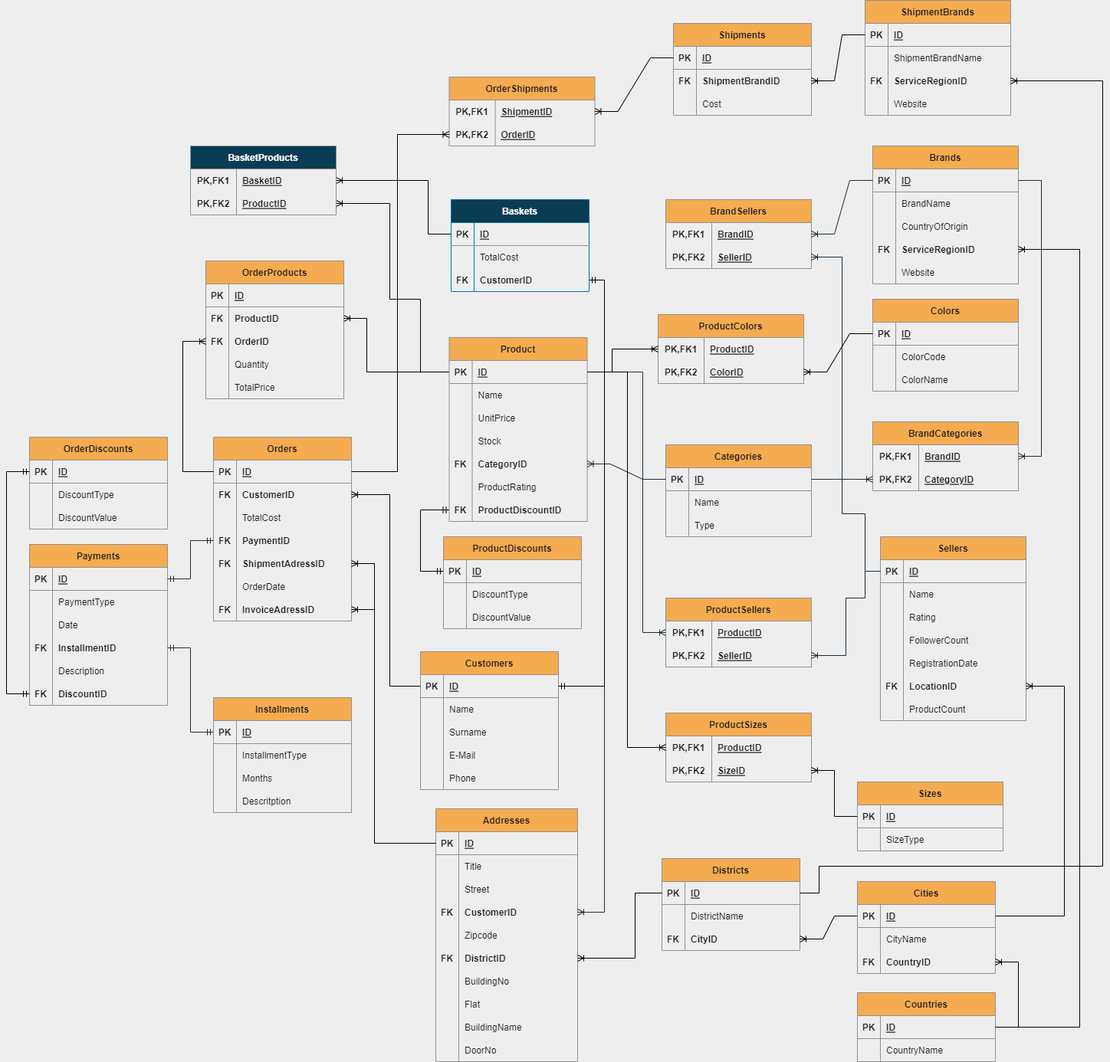
Before: UpdatedERdiagramNormalization.png, a diagram exported from draw.io (GGBebe/SQL). Source tidied: cells renumbered, new cells last; positions are measured from the earlier drawing's top-left corner, leaving out a move shared by most shapes.
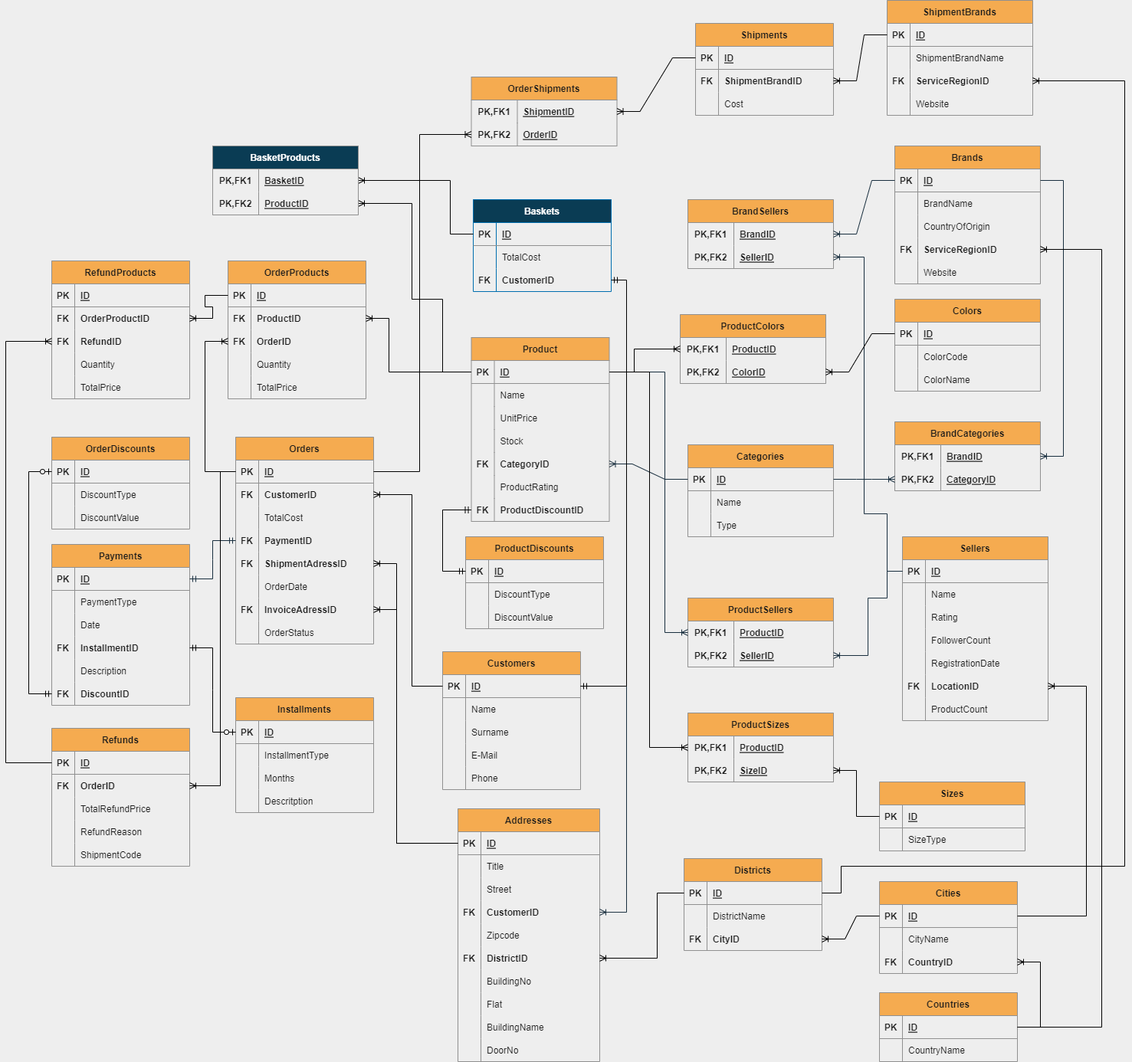
The same file after the commit.

The edit, as a diff of the source:
```diff
@@ -529,7 +529,7 @@
       <mxGeometry x="30" width="150" height="30" as="geometry" />
     </mxCell>
     <mxCell id="168" value="Orders" style="shape=table;startSize=30;rowLines=0;fontStyle=1;align=center;fillColor=#F5AB50;strokeColor=#909090;fontColor=#1A1A1A;" parent="1" vertex="1">
-      <mxGeometry x="270" y="570" width="180" height="240" as="geometry" />
+      <mxGeometry x="270" y="570" width="180" height="270" as="geometry" />
     </mxCell>
     <mxCell id="169" style="shape=tableRow;horizontal=0;startSize=0;swimlaneHead=0;swimlaneBody=0;fillColor=none;points=[[0,0.5],[1,0.5]];portConstraint=eastwest;top=0;left=0;right=0;bottom=1;strokeColor=#909090;fontColor=#1A1A1A;" parent="168" vertex="1">
       <mxGeometry y="30" width="180" height="30" as="geometry" />
@@ -594,6 +594,15 @@
     <mxCell id="189" value="InvoiceAdressID" style="shape=partialRectangle;fillColor=none;top=0;left=0;bottom=0;right=0;align=left;spacingLeft=6;overflow=hidden;fontStyle=1;strokeColor=#909090;fontColor=#1A1A1A;" parent="187" vertex="1">
       <mxGeometry x="30" width="150" height="30" as="geometry" />
     </mxCell>
+    <mxCell id="368" style="shape=tableRow;horizontal=0;startSize=0;swimlaneHead=0;swimlaneBody=0;fillColor=none;top=0;left=0;right=0;bottom=0;strokeColor=#909090;fontColor=#1A1A1A;" parent="168" vertex="1">
+      <mxGeometry y="240" width="180" height="30" as="geometry" />
+    </mxCell>
+    <mxCell id="369" style="shape=partialRectangle;fillColor=none;top=0;left=0;bottom=0;right=0;overflow=hidden;fontStyle=1;strokeColor=#909090;fontColor=#1A1A1A;" parent="368" vertex="1">
+      <mxGeometry width="30" height="30" as="geometry" />
+    </mxCell>
+    <mxCell id="370" value="OrderStatus" style="shape=partialRectangle;fillColor=none;top=0;left=0;bottom=0;right=0;align=left;spacingLeft=6;overflow=hidden;fontStyle=0;strokeColor=#909090;fontColor=#1A1A1A;" parent="368" vertex="1">
+      <mxGeometry x="30" width="150" height="30" as="geometry" />
+    </mxCell>
     <mxCell id="190" value="Payments" style="shape=table;startSize=30;rowLines=0;fontStyle=1;align=center;fillColor=#F5AB50;strokeColor=#909090;fontColor=#1A1A1A;" parent="1" vertex="1">
       <mxGeometry x="30" y="710" width="180" height="210" as="geometry" />
     </mxCell>
@@ -723,9 +732,6 @@
     <mxCell id="232" value="Descritption" style="shape=partialRectangle;fillColor=none;top=0;left=0;bottom=0;right=0;align=left;spacingLeft=6;overflow=hidden;strokeColor=#909090;fontColor=#1A1A1A;" parent="230" vertex="1">
       <mxGeometry x="30" width="150" height="30" as="geometry" />
     </mxCell>
-    <mxCell id="233" style="edgeStyle=entityRelationEdgeStyle;fontSize=12;html=1;endArrow=ERmandOne;startArrow=ERmandOne;rounded=0;entryX=0;entryY=0.5;entryDx=0;entryDy=0;exitX=1;exitY=0.5;exitDx=0;exitDy=0;labelBackgroundColor=#EEEEEE;strokeColor=#182E3E;fontColor=#1A1A1A;" parent="1" edge="1" source="200" target="221">
-      <mxGeometry relative="1" as="geometry" />
-    </mxCell>
     <mxCell id="234" style="edgeStyle=orthogonalEdgeStyle;fontSize=12;html=1;endArrow=ERoneToMany;rounded=0;entryX=1;entryY=0.5;entryDx=0;entryDy=0;exitX=0;exitY=0.5;exitDx=0;exitDy=0;" parent="1" edge="1" source="36" target="172">
       <mxGeometry relative="1" as="geometry">
         <Array as="points">
@@ -1207,7 +1213,125 @@
         </Array>
       </mxGeometry>
     </mxCell>
+    <mxCell id="371" value="RefundProducts" style="shape=table;startSize=30;rowLines=0;fontStyle=1;align=center;fillColor=#F5AB50;strokeColor=#909090;fontColor=#1A1A1A;" parent="1" vertex="1">
+      <mxGeometry x="30" y="340" width="180" height="180" as="geometry" />
+    </mxCell>
+    <mxCell id="372" style="shape=tableRow;horizontal=0;startSize=0;swimlaneHead=0;swimlaneBody=0;fillColor=none;top=0;left=0;right=0;bottom=1;strokeColor=#909090;fontColor=#1A1A1A;" parent="371" vertex="1">
+      <mxGeometry y="30" width="180" height="30" as="geometry" />
+    </mxCell>
+    <mxCell id="373" value="PK" style="shape=partialRectangle;fillColor=none;top=0;left=0;bottom=0;right=0;fontStyle=1;overflow=hidden;strokeColor=#909090;fontColor=#1A1A1A;" parent="372" vertex="1">
+      <mxGeometry width="30" height="30" as="geometry" />
+    </mxCell>
+    <mxCell id="374" value="ID" style="shape=partialRectangle;fillColor=none;top=0;left=0;bottom=0;right=0;align=left;spacingLeft=6;fontStyle=5;overflow=hidden;strokeColor=#909090;fontColor=#1A1A1A;" parent="372" vertex="1">
+      <mxGeometry x="30" width="150" height="30" as="geometry" />
+    </mxCell>
+    <mxCell id="375" style="shape=tableRow;horizontal=0;startSize=0;swimlaneHead=0;swimlaneBody=0;fillColor=none;points=[[0,0.5],[1,0.5]];portConstraint=eastwest;top=0;left=0;right=0;bottom=0;strokeColor=#909090;fontColor=#1A1A1A;" parent="371" vertex="1">
+      <mxGeometry y="60" width="180" height="30" as="geometry" />
+    </mxCell>
+    <mxCell id="376" value="FK" style="shape=partialRectangle;fillColor=none;top=0;left=0;bottom=0;right=0;overflow=hidden;strokeColor=#909090;fontColor=#1A1A1A;fontStyle=1;" parent="375" vertex="1">
+      <mxGeometry width="30" height="30" as="geometry" />
+    </mxCell>
+    <mxCell id="377" value="OrderProductID" style="shape=partialRectangle;fillColor=none;top=0;left=0;bottom=0;right=0;align=left;spacingLeft=6;overflow=hidden;strokeColor=#909090;fontColor=#1A1A1A;fontStyle=1;" parent="375" vertex="1">
+      <mxGeometry x="30" width="150" height="30" as="geometry" />
+    </mxCell>
+    <mxCell id="378" style="shape=tableRow;horizontal=0;startSize=0;swimlaneHead=0;swimlaneBody=0;fillColor=none;points=[[0,0.5],[1,0.5]];portConstraint=eastwest;top=0;left=0;right=0;bottom=0;strokeColor=#909090;fontColor=#1A1A1A;" parent="371" vertex="1">
+      <mxGeometry y="90" width="180" height="30" as="geometry" />
+    </mxCell>
+    <mxCell id="379" value="FK" style="shape=partialRectangle;fillColor=none;top=0;left=0;bottom=0;right=0;overflow=hidden;strokeColor=#909090;fontColor=#1A1A1A;fontStyle=1;" parent="378" vertex="1">
+      <mxGeometry width="30" height="30" as="geometry" />
+    </mxCell>
+    <mxCell id="380" value="RefundID" style="shape=partialRectangle;fillColor=none;top=0;left=0;bottom=0;right=0;align=left;spacingLeft=6;overflow=hidden;strokeColor=#909090;fontColor=#1A1A1A;fontStyle=1;" parent="378" vertex="1">
+      <mxGeometry x="30" width="150" height="30" as="geometry" />
+    </mxCell>
+    <mxCell id="381" style="shape=tableRow;horizontal=0;startSize=0;swimlaneHead=0;swimlaneBody=0;fillColor=none;top=0;left=0;right=0;bottom=0;strokeColor=#909090;fontColor=#1A1A1A;" parent="371" vertex="1">
+      <mxGeometry y="120" width="180" height="30" as="geometry" />
+    </mxCell>
+    <mxCell id="382" style="shape=partialRectangle;fillColor=none;top=0;left=0;bottom=0;right=0;overflow=hidden;strokeColor=#909090;fontColor=#1A1A1A;" parent="381" vertex="1">
+      <mxGeometry width="30" height="30" as="geometry" />
+    </mxCell>
+    <mxCell id="383" value="Quantity" style="shape=partialRectangle;fillColor=none;top=0;left=0;bottom=0;right=0;align=left;spacingLeft=6;overflow=hidden;strokeColor=#909090;fontColor=#1A1A1A;" parent="381" vertex="1">
+      <mxGeometry x="30" width="150" height="30" as="geometry" />
+    </mxCell>
+    <mxCell id="384" style="shape=tableRow;horizontal=0;startSize=0;swimlaneHead=0;swimlaneBody=0;fillColor=none;top=0;left=0;right=0;bottom=0;strokeColor=#909090;fontColor=#1A1A1A;" parent="371" vertex="1">
+      <mxGeometry y="150" width="180" height="30" as="geometry" />
+    </mxCell>
+    <mxCell id="385" style="shape=partialRectangle;fillColor=none;top=0;left=0;bottom=0;right=0;overflow=hidden;strokeColor=#909090;fontColor=#1A1A1A;" parent="384" vertex="1">
+      <mxGeometry width="30" height="30" as="geometry" />
+    </mxCell>
+    <mxCell id="386" value="TotalPrice" style="shape=partialRectangle;fillColor=none;top=0;left=0;bottom=0;right=0;align=left;spacingLeft=6;overflow=hidden;strokeColor=#909090;fontColor=#1A1A1A;" parent="384" vertex="1">
+      <mxGeometry x="30" width="150" height="30" as="geometry" />
+    </mxCell>
+    <mxCell id="387" value="Refunds" style="shape=table;startSize=30;rowLines=0;fontStyle=1;align=center;fillColor=#F5AB50;strokeColor=#909090;fontColor=#1A1A1A;" parent="1" vertex="1">
+      <mxGeometry x="30" y="950" width="180" height="180" as="geometry" />
+    </mxCell>
+    <mxCell id="388" style="shape=tableRow;horizontal=0;startSize=0;swimlaneHead=0;swimlaneBody=0;fillColor=none;points=[[0,0.5],[1,0.5]];portConstraint=eastwest;top=0;left=0;right=0;bottom=1;strokeColor=#909090;fontColor=#1A1A1A;" parent="387" vertex="1">
+      <mxGeometry y="30" width="180" height="30" as="geometry" />
+    </mxCell>
+    <mxCell id="389" value="PK" style="shape=partialRectangle;fillColor=none;top=0;left=0;bottom=0;right=0;fontStyle=1;overflow=hidden;strokeColor=#909090;fontColor=#1A1A1A;" parent="388" vertex="1">
+      <mxGeometry width="30" height="30" as="geometry" />
+    </mxCell>
+    <mxCell id="390" value="ID" style="shape=partialRectangle;fillColor=none;top=0;left=0;bottom=0;right=0;align=left;spacingLeft=6;fontStyle=5;overflow=hidden;strokeColor=#909090;fontColor=#1A1A1A;" parent="388" vertex="1">
+      <mxGeometry x="30" width="150" height="30" as="geometry" />
+    </mxCell>
+    <mxCell id="391" style="shape=tableRow;horizontal=0;startSize=0;swimlaneHead=0;swimlaneBody=0;fillColor=none;points=[[0,0.5],[1,0.5]];portConstraint=eastwest;top=0;left=0;right=0;bottom=0;strokeColor=#909090;fontColor=#1A1A1A;" parent="387" vertex="1">
+      <mxGeometry y="60" width="180" height="30" as="geometry" />
+    </mxCell>
+    <mxCell id="392" value="FK" style="shape=partialRectangle;fillColor=none;top=0;left=0;bottom=0;right=0;overflow=hidden;strokeColor=#909090;fontColor=#1A1A1A;fontStyle=1;" parent="391" vertex="1">
+      <mxGeometry width="30" height="30" as="geometry" />
+    </mxCell>
+    <mxCell id="393" value="OrderID" style="shape=partialRectangle;fillColor=none;top=0;left=0;bottom=0;right=0;align=left;spacingLeft=6;overflow=hidden;strokeColor=#909090;fontColor=#1A1A1A;fontStyle=1;" parent="391" vertex="1">
+      <mxGeometry x="30" width="150" height="30" as="geometry" />
+    </mxCell>
+    <mxCell id="394" style="shape=tableRow;horizontal=0;startSize=0;swimlaneHead=0;swimlaneBody=0;fillColor=none;top=0;left=0;right=0;bottom=0;strokeColor=#909090;fontColor=#1A1A1A;" parent="387" vertex="1">
+      <mxGeometry y="90" width="180" height="30" as="geometry" />
+    </mxCell>
+    <mxCell id="395" style="shape=partialRectangle;fillColor=none;top=0;left=0;bottom=0;right=0;overflow=hidden;strokeColor=#909090;fontColor=#1A1A1A;" parent="394" vertex="1">
+      <mxGeometry width="30" height="30" as="geometry" />
+    </mxCell>
+    <mxCell id="396" value="TotalRefundPrice" style="shape=partialRectangle;fillColor=none;top=0;left=0;bottom=0;right=0;align=left;spacingLeft=6;overflow=hidden;strokeColor=#909090;fontColor=#1A1A1A;" parent="394" vertex="1">
+      <mxGeometry x="30" width="150" height="30" as="geometry" />
+    </mxCell>
+    <mxCell id="397" style="shape=tableRow;horizontal=0;startSize=0;swimlaneHead=0;swimlaneBody=0;fillColor=none;top=0;left=0;right=0;bottom=0;strokeColor=#909090;fontColor=#1A1A1A;" parent="387" vertex="1">
+      <mxGeometry y="120" width="180" height="30" as="geometry" />
+    </mxCell>
+    <mxCell id="398" style="shape=partialRectangle;fillColor=none;top=0;left=0;bottom=0;right=0;overflow=hidden;strokeColor=#909090;fontColor=#1A1A1A;" parent="397" vertex="1">
+      <mxGeometry width="30" height="30" as="geometry" />
+    </mxCell>
+    <mxCell id="399" value="RefundReason" style="shape=partialRectangle;fillColor=none;top=0;left=0;bottom=0;right=0;align=left;spacingLeft=6;overflow=hidden;strokeColor=#909090;fontColor=#1A1A1A;" parent="397" vertex="1">
+      <mxGeometry x="30" width="150" height="30" as="geometry" />
+    </mxCell>
+    <mxCell id="400" style="shape=tableRow;horizontal=0;startSize=0;swimlaneHead=0;swimlaneBody=0;fillColor=none;top=0;left=0;right=0;bottom=0;strokeColor=#909090;fontColor=#1A1A1A;" parent="387" vertex="1">
+      <mxGeometry y="150" width="180" height="30" as="geometry" />
+    </mxCell>
+    <mxCell id="401" style="shape=partialRectangle;fillColor=none;top=0;left=0;bottom=0;right=0;overflow=hidden;strokeColor=#909090;fontColor=#1A1A1A;" parent="400" vertex="1">
+      <mxGeometry width="30" height="30" as="geometry" />
+    </mxCell>
+    <mxCell id="402" value="ShipmentCode" style="shape=partialRectangle;fillColor=none;top=0;left=0;bottom=0;right=0;align=left;spacingLeft=6;overflow=hidden;strokeColor=#909090;fontColor=#1A1A1A;" parent="400" vertex="1">
+      <mxGeometry x="30" width="150" height="30" as="geometry" />
+    </mxCell>
+    <mxCell id="403" style="edgeStyle=entityRelationEdgeStyle;fontSize=12;html=1;endArrow=ERoneToMany;rounded=0;exitX=0;exitY=0.5;exitDx=0;exitDy=0;entryX=1;entryY=0.5;entryDx=0;entryDy=0;" parent="1" edge="1" source="236" target="375">
+      <mxGeometry relative="1" as="geometry" />
+    </mxCell>
+    <mxCell id="404" style="edgeStyle=orthogonalEdgeStyle;fontSize=12;html=1;endArrow=ERoneToMany;rounded=0;exitX=0;exitY=0.5;exitDx=0;exitDy=0;entryX=0;entryY=0.5;entryDx=0;entryDy=0;" parent="1" edge="1" source="388" target="378">
+      <mxGeometry relative="1" as="geometry">
+        <Array as="points">
+          <mxPoint x="-30" y="995" />
+          <mxPoint x="-30" y="445" />
+        </Array>
+      </mxGeometry>
+    </mxCell>
+    <mxCell id="405" style="edgeStyle=orthogonalEdgeStyle;fontSize=12;html=1;endArrow=ERoneToMany;rounded=0;exitX=0;exitY=0.5;exitDx=0;exitDy=0;entryX=1;entryY=0.5;entryDx=0;entryDy=0;" parent="1" edge="1" source="169" target="391">
+      <mxGeometry relative="1" as="geometry">
+        <Array as="points">
+          <mxPoint x="250" y="615" />
+          <mxPoint x="250" y="1025" />
+        </Array>
+      </mxGeometry>
+    </mxCell>
+    <mxCell id="233" style="edgeStyle=entityRelationEdgeStyle;fontSize=12;html=1;endArrow=ERzeroToOne;startArrow=ERmandOne;rounded=0;entryX=0;entryY=0.5;entryDx=0;entryDy=0;exitX=1;exitY=0.5;exitDx=0;exitDy=0;" parent="1" edge="1" source="200" target="221">
+      <mxGeometry relative="1" as="geometry" />
+    </mxCell>
-    <mxCell id="367" style="edgeStyle=orthogonalEdgeStyle;fontSize=12;html=1;endArrow=ERmandOne;startArrow=ERmandOne;rounded=0;entryX=0;entryY=0.5;entryDx=0;entryDy=0;exitX=0;exitY=0.5;exitDx=0;exitDy=0;" parent="1" edge="1" source="206" target="211">
+    <mxCell id="367" style="edgeStyle=orthogonalEdgeStyle;fontSize=12;html=1;endArrow=ERzeroToOne;startArrow=ERmandOne;rounded=0;entryX=0;entryY=0.5;entryDx=0;entryDy=0;exitX=0;exitY=0.5;exitDx=0;exitDy=0;" parent="1" edge="1" source="206" target="211">
       <mxGeometry relative="1" as="geometry">
         <Array as="points">
           <mxPoint y="905" />
```
